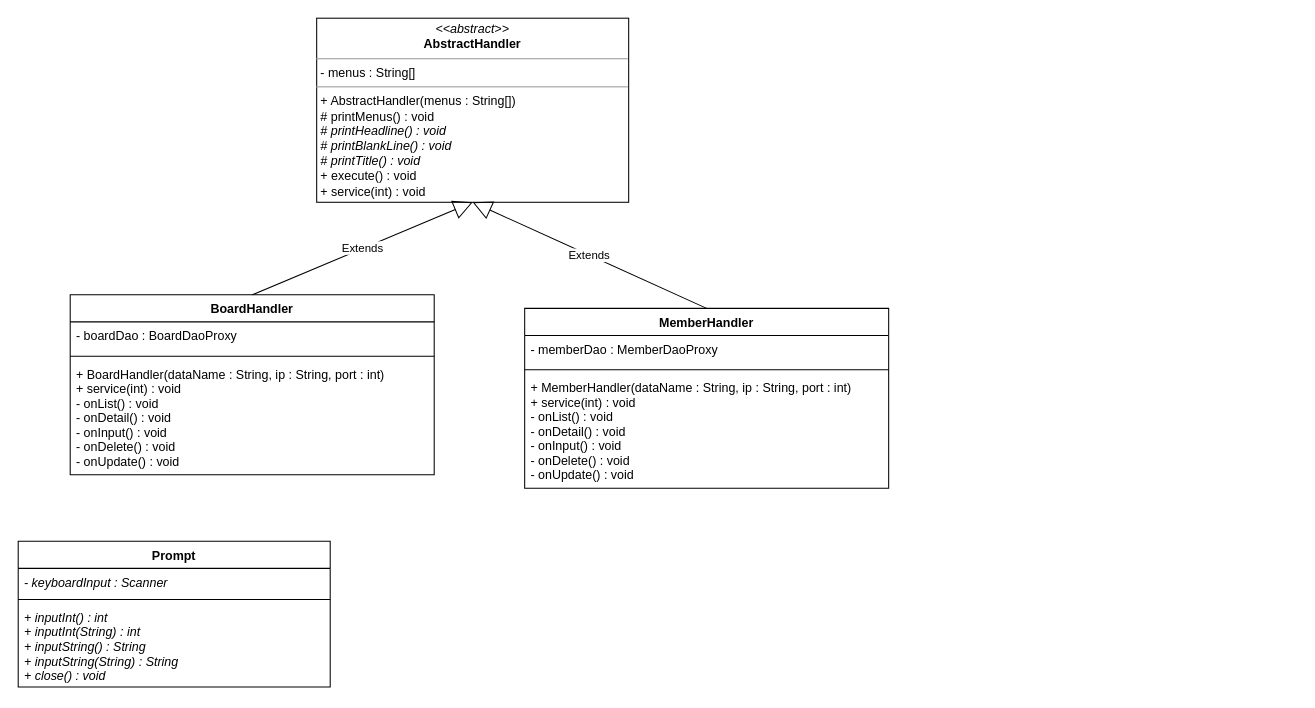
Before: bitcamp.drawio in jongHyeon0000/bitcamp-study, a draw.io diagram. Source tidied: cells renumbered, new cells numbered last; positions are measured from the earlier drawing's top-left corner, leaving out a move shared by most shapes. Both pictures are drawn from the tidied source at 104%, with x=0, y=0 at pixel (18, 18).
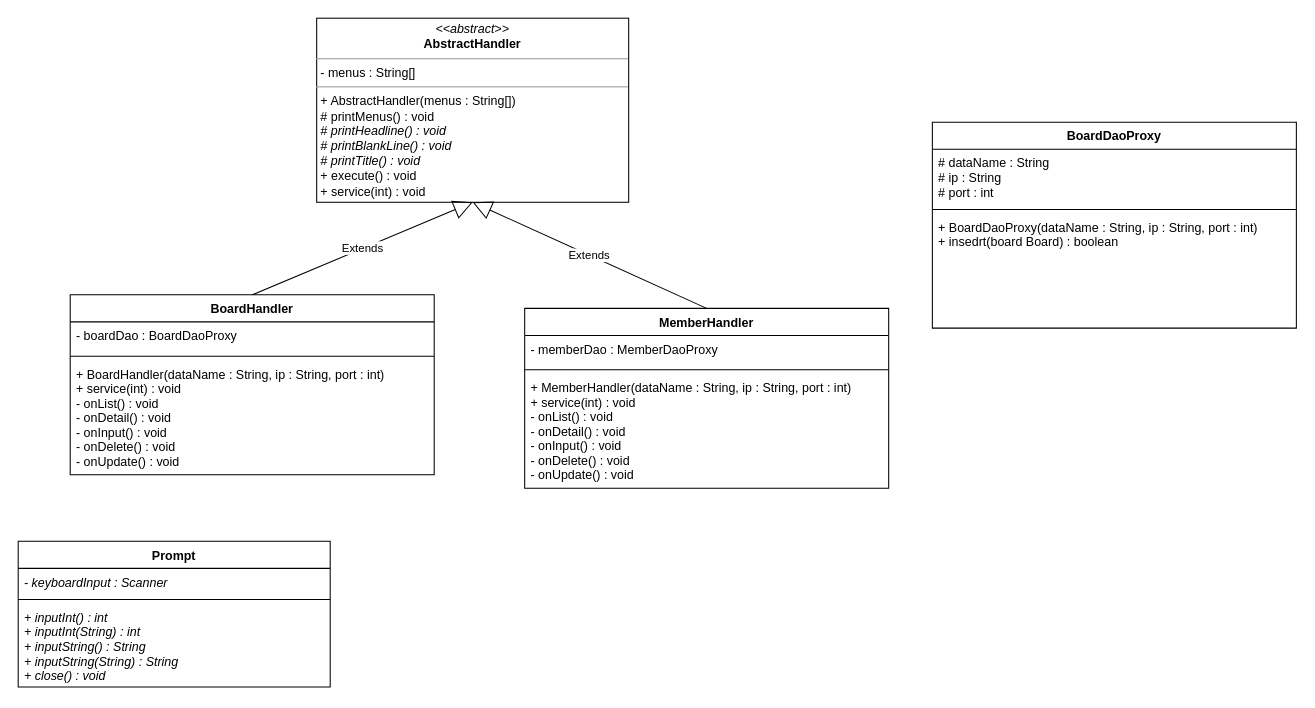
The same page after the edit.

What changed in the source:
```diff
@@
+    <mxCell id="17" value="BoardDaoProxy" style="swimlane;fontStyle=1;align=center;verticalAlign=top;horizontal=1;startSize=26;fillColor=default;" parent="1" vertex="1">
+      <mxGeometry x="879" y="100" width="350" height="198" as="geometry" />
+    </mxCell>
+    <mxCell id="18" value="# dataName : String&#10;# ip : String&#10;# port : int" style="text;strokeColor=none;fillColor=none;align=left;verticalAlign=top;spacingLeft=4;spacingRight=4;overflow=hidden;" parent="17" vertex="1">
+      <mxGeometry y="26" width="350" height="54" as="geometry" />
+    </mxCell>
+    <mxCell id="19" style="line;strokeWidth=1;fillColor=none;align=left;verticalAlign=middle;spacingTop=-1;spacingLeft=3;spacingRight=3;labelPosition=right;" parent="17" vertex="1">
+      <mxGeometry y="80" width="350" height="8" as="geometry" />
+    </mxCell>
+    <mxCell id="20" value="+ BoardDaoProxy(dataName : String, ip : String, port : int)&#10;+ insedrt(board Board) : boolean" style="text;strokeColor=none;fillColor=none;align=left;verticalAlign=top;spacingLeft=4;spacingRight=4;overflow=hidden;" parent="17" vertex="1">
+      <mxGeometry y="88" width="350" height="110" as="geometry" />
+    </mxCell>
```
